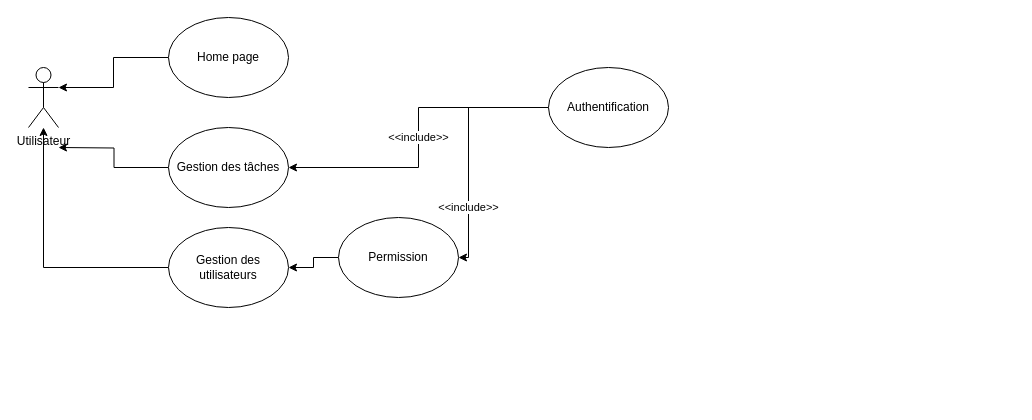
This is UML/cas-utilisation.drawio from Luca-OpenClassRooms/project_8, a draw.io file, before an edit. Source tidied: cells renumbered, new cells numbered last; positions are measured from the earlier drawing's top-left corner, leaving out a move shared by most shapes. Both pictures are drawn from the tidied source at 100%, with x=0, y=0 at pixel (28, 17).
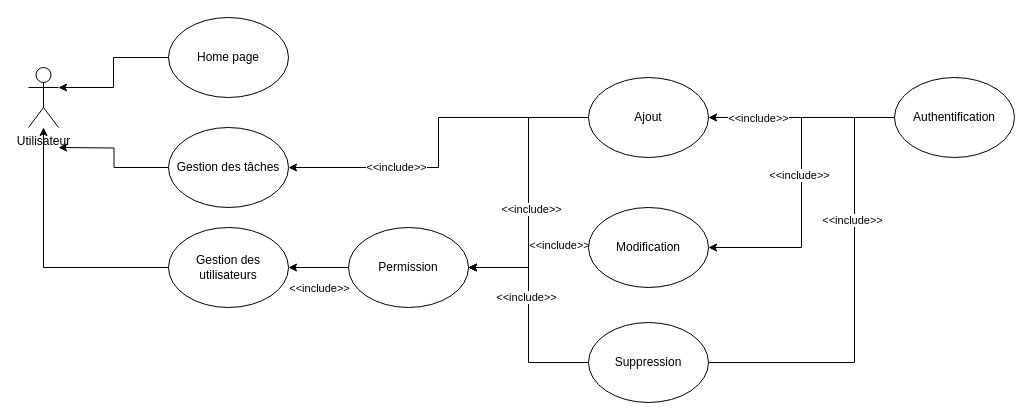
The same page after the edit.

The change refers to these unchanged cells:
```xml
<mxCell id="6" value="Gestion des tâches" style="ellipse;whiteSpace=wrap;html=1;" parent="1" vertex="1">
  <mxGeometry x="140" y="110" width="120" height="80" as="geometry" />
</mxCell>
<mxCell id="13" style="edgeStyle=orthogonalEdgeStyle;rounded=0;jettySize=auto;html=1;exitX=0;exitY=0.5;exitDx=0;exitDy=0;" parent="1" edge="1" source="14" target="8">
  <mxGeometry relative="1" as="geometry" />
</mxCell>
```

Diff of the diagram source:
```diff
@@
-    <mxCell id="9" style="edgeStyle=orthogonalEdgeStyle;rounded=0;jettySize=auto;html=1;" parent="1" edge="1" source="12" target="14">
-      <mxGeometry relative="1" as="geometry">
-        <Array as="points">
-          <mxPoint x="440" y="90" />
-          <mxPoint x="440" y="240" />
-        </Array>
-      </mxGeometry>
-    </mxCell>
-    <mxCell id="10" value="&amp;lt;&amp;lt;include&amp;gt;&amp;gt;" style="edgeLabel;html=1;align=center;verticalAlign=middle;" parent="9" vertex="1">
-      <mxGeometry x="0.49" y="-1" relative="1" as="geometry" />
-    </mxCell>
-    <mxCell id="11" value="&amp;lt;&amp;lt;include&amp;gt;&amp;gt;" style="edgeStyle=orthogonalEdgeStyle;rounded=0;jettySize=auto;html=1;" parent="1" edge="1" source="12" target="6">
-      <mxGeometry relative="1" as="geometry" />
-    </mxCell>
+    <mxCell id="15" style="edgeStyle=orthogonalEdgeStyle;rounded=0;jettySize=auto;html=1;entryX=1;entryY=0.5;entryDx=0;entryDy=0;" parent="1" edge="1" source="12" target="27">
+      <mxGeometry relative="1" as="geometry" />
+    </mxCell>
+    <mxCell id="16" value="&amp;lt;&amp;lt;include&amp;gt;&amp;gt;" style="edgeLabel;html=1;align=center;verticalAlign=middle;" parent="15" vertex="1">
+      <mxGeometry x="-0.05" y="-3" relative="1" as="geometry" />
+    </mxCell>
+    <mxCell id="17" style="edgeStyle=orthogonalEdgeStyle;rounded=0;jettySize=auto;html=1;entryX=1;entryY=0.5;entryDx=0;entryDy=0;" parent="1" edge="1" source="12" target="24">
+      <mxGeometry relative="1" as="geometry" />
+    </mxCell>
+    <mxCell id="18" value="&amp;lt;&amp;lt;include&amp;gt;&amp;gt;" style="edgeLabel;html=1;align=center;verticalAlign=middle;" parent="17" vertex="1">
+      <mxGeometry x="0.47" relative="1" as="geometry" />
+    </mxCell>
     <mxCell id="12" value="Authentification" style="ellipse;whiteSpace=wrap;html=1;" parent="1" vertex="1">
-      <mxGeometry x="520" y="50" width="120" height="80" as="geometry" />
+      <mxGeometry x="866" y="60" width="120" height="80" as="geometry" />
     </mxCell>
@@
+    <mxCell id="19" value="&amp;lt;&amp;lt;include&amp;gt;&amp;gt;" style="edgeLabel;html=1;align=center;verticalAlign=middle;" parent="13" vertex="1">
+      <mxGeometry x="0.2" y="3" relative="1" as="geometry">
+        <mxPoint x="6" y="17" as="offset" />
+      </mxGeometry>
+    </mxCell>
     <mxCell id="14" value="Permission" style="ellipse;whiteSpace=wrap;html=1;" parent="1" vertex="1">
-      <mxGeometry x="310" y="200" width="120" height="80" as="geometry" />
+      <mxGeometry x="320" y="210" width="120" height="80" as="geometry" />
     </mxCell>
+    <mxCell id="20" style="edgeStyle=orthogonalEdgeStyle;rounded=0;jettySize=auto;html=1;entryX=1;entryY=0.5;entryDx=0;entryDy=0;" parent="1" edge="1" source="24" target="14">
+      <mxGeometry relative="1" as="geometry" />
+    </mxCell>
+    <mxCell id="21" value="&amp;lt;&amp;lt;include&amp;gt;&amp;gt;" style="edgeLabel;html=1;align=center;verticalAlign=middle;" parent="20" vertex="1">
+      <mxGeometry x="0.12" y="2" relative="1" as="geometry" />
+    </mxCell>
+    <mxCell id="22" style="edgeStyle=orthogonalEdgeStyle;rounded=0;jettySize=auto;html=1;" parent="1" edge="1" source="24" target="6">
+      <mxGeometry relative="1" as="geometry" />
+    </mxCell>
+    <mxCell id="23" value="&amp;lt;&amp;lt;include&amp;gt;&amp;gt;" style="edgeLabel;html=1;align=center;verticalAlign=middle;" parent="22" vertex="1">
+      <mxGeometry x="0.39" y="-1" relative="1" as="geometry" />
+    </mxCell>
+    <mxCell id="24" value="Ajout" style="ellipse;whiteSpace=wrap;html=1;" parent="1" vertex="1">
+      <mxGeometry x="560" y="60" width="120" height="80" as="geometry" />
+    </mxCell>
+    <mxCell id="25" style="edgeStyle=orthogonalEdgeStyle;rounded=0;jettySize=auto;html=1;" parent="1" edge="1" source="27" target="14">
+      <mxGeometry relative="1" as="geometry" />
+    </mxCell>
+    <mxCell id="26" value="&amp;lt;&amp;lt;include&amp;gt;&amp;gt;" style="edgeLabel;html=1;align=center;verticalAlign=middle;" parent="25" vertex="1">
+      <mxGeometry x="-0.57" y="-3" relative="1" as="geometry" />
+    </mxCell>
+    <mxCell id="27" value="Modification" style="ellipse;whiteSpace=wrap;html=1;" parent="1" vertex="1">
+      <mxGeometry x="560" y="190" width="120" height="80" as="geometry" />
+    </mxCell>
+    <mxCell id="28" style="edgeStyle=orthogonalEdgeStyle;rounded=0;jettySize=auto;html=1;endArrow=none;entryX=1;entryY=0.5;entryDx=0;entryDy=0;" parent="1" edge="1" source="12" target="32">
+      <mxGeometry relative="1" as="geometry">
+        <Array as="points">
+          <mxPoint x="826" y="100" />
+          <mxPoint x="826" y="345" />
+        </Array>
+      </mxGeometry>
+    </mxCell>
+    <mxCell id="29" value="&amp;lt;&amp;lt;include&amp;gt;&amp;gt;" style="edgeLabel;html=1;align=center;verticalAlign=middle;" parent="28" vertex="1">
+      <mxGeometry x="-0.34" y="-3" relative="1" as="geometry" />
+    </mxCell>
+    <mxCell id="30" style="edgeStyle=orthogonalEdgeStyle;rounded=0;jettySize=auto;html=1;entryX=1;entryY=0.5;entryDx=0;entryDy=0;" parent="1" edge="1" source="32" target="14">
+      <mxGeometry relative="1" as="geometry" />
+    </mxCell>
+    <mxCell id="31" value="&amp;lt;&amp;lt;include&amp;gt;&amp;gt;" style="edgeLabel;html=1;align=center;verticalAlign=middle;" parent="30" vertex="1">
+      <mxGeometry x="0.17" y="3" relative="1" as="geometry" />
+    </mxCell>
+    <mxCell id="32" value="Suppression" style="ellipse;whiteSpace=wrap;html=1;" parent="1" vertex="1">
+      <mxGeometry x="560" y="305" width="120" height="80" as="geometry" />
+    </mxCell>
```
